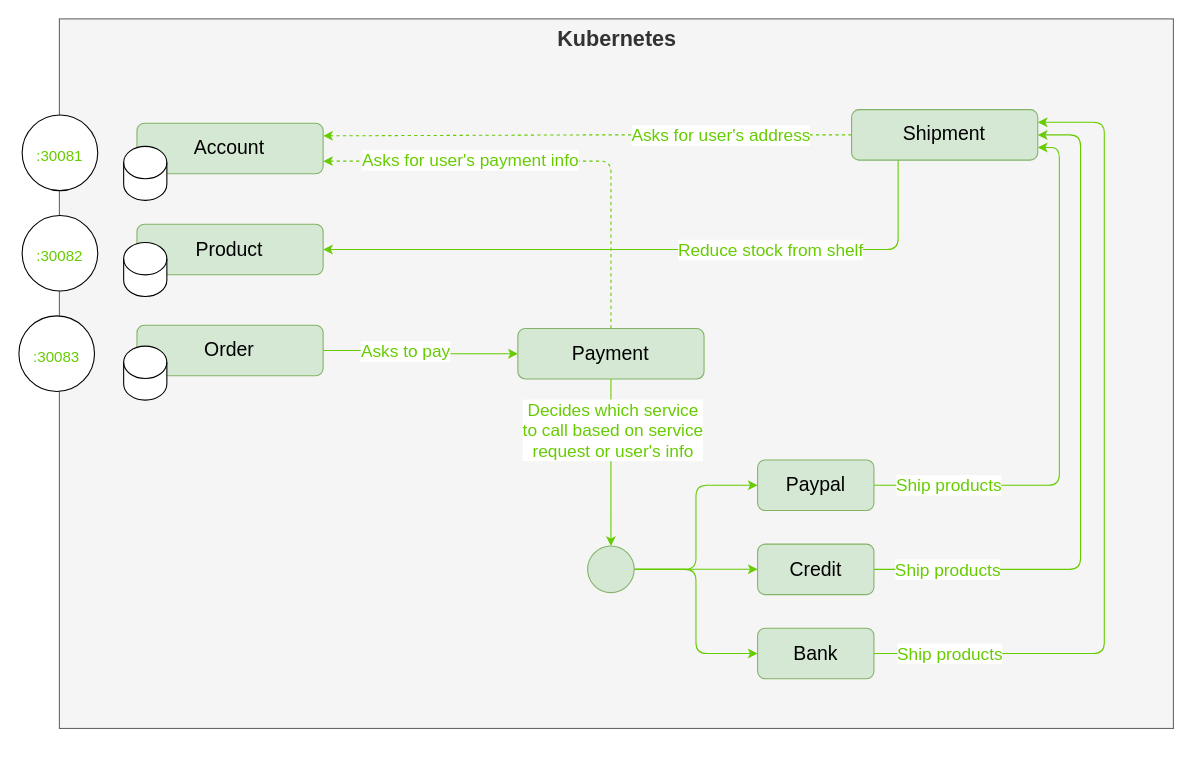
This is assignment.drawio from sainturb/miu-sa_rental-apartment, a draw.io file, before an edit. Source tidied: cells renumbered, new cells numbered last; positions are measured from the earlier drawing's top-left corner, leaving out a move shared by most shapes. Both pictures are drawn from the tidied source at 108%, with x=0, y=0 at pixel (18, 18).
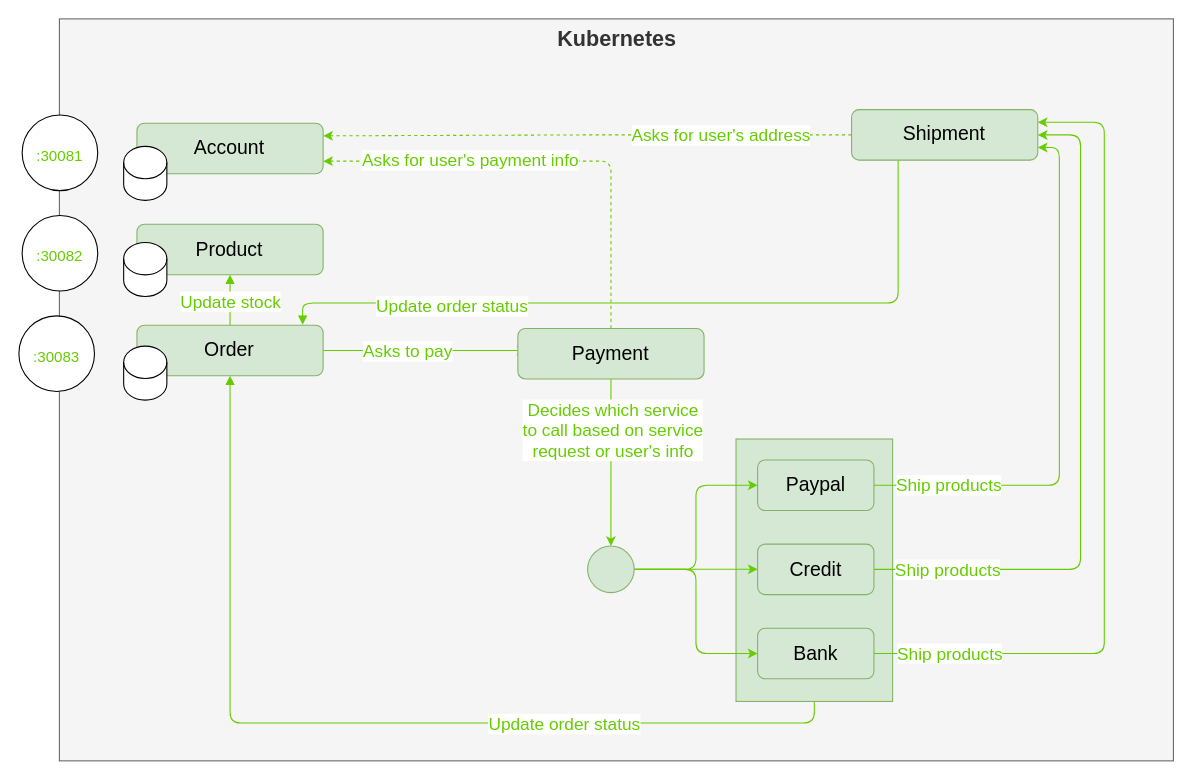
Above is the later version.

Unchanged cells that the change refers to:
```xml
<mxCell id="7" value="Shipment" style="rounded=1;whiteSpace=wrap;html=1;fillColor=#d5e8d4;strokeColor=#82b366;fontSize=18;" parent="1" vertex="1">
  <mxGeometry x="771" y="84" width="172.4" height="46.8" as="geometry" />
</mxCell>
<mxCell id="15" value="Product" style="rounded=1;whiteSpace=wrap;html=1;fillColor=#d5e8d4;strokeColor=#82b366;fontSize=18;" parent="1" vertex="1">
  <mxGeometry x="109.3" y="190.1" width="172.4" height="46.8" as="geometry" />
</mxCell>
<mxCell id="18" value="Order" style="rounded=1;whiteSpace=wrap;html=1;fillColor=#d5e8d4;strokeColor=#82b366;fontSize=18;" parent="1" vertex="1">
  <mxGeometry x="109.3" y="283.6" width="172.4" height="46.8" as="geometry" />
</mxCell>
<mxCell id="21" value="Payment" style="rounded=1;whiteSpace=wrap;html=1;fillColor=#d5e8d4;strokeColor=#82b366;fontSize=18;" parent="1" vertex="1">
  <mxGeometry x="462" y="286.6" width="172.4" height="46.8" as="geometry" />
</mxCell>
```

Diff of the diagram source:
```diff
@@
     <mxCell id="2" value="Kubernetes" style="rounded=0;whiteSpace=wrap;html=1;fillColor=#f5f5f5;fontColor=#333333;strokeColor=#666666;verticalAlign=top;fontSize=20;fontStyle=1;" parent="1" vertex="1">
-      <mxGeometry x="37.5" width="1031.5" height="657" as="geometry" />
+      <mxGeometry x="37.5" width="1031.5" height="687" as="geometry" />
     </mxCell>
@@
-    <mxCell id="5" style="edgeStyle=orthogonalEdgeStyle;rounded=1;jettySize=auto;html=1;exitX=0.25;exitY=1;exitDx=0;exitDy=0;entryX=1;entryY=0.5;entryDx=0;entryDy=0;strokeColor=#66CC00;" parent="1" edge="1" source="7" target="15">
-      <mxGeometry relative="1" as="geometry" />
-    </mxCell>
-    <mxCell id="6" value="Reduce stock from shelf" style="edgeLabel;html=1;align=center;verticalAlign=middle;fontColor=#66CC00;fontSize=16;" parent="5" vertex="1">
-      <mxGeometry x="-0.28" y="1" relative="1" as="geometry">
-        <mxPoint x="20" y="-1" as="offset" />
-      </mxGeometry>
-    </mxCell>
+    <mxCell id="37" style="edgeStyle=orthogonalEdgeStyle;rounded=1;jettySize=auto;html=1;exitX=0.5;exitY=1;exitDx=0;exitDy=0;strokeColor=#66CC00;fontSize=16;fontColor=#66CC00;startArrow=none;startFill=0;endArrow=block;endFill=1;" parent="1" edge="1" source="39" target="18">
+      <mxGeometry relative="1" as="geometry" />
+    </mxCell>
+    <mxCell id="38" value="Update order status" style="edgeLabel;html=1;align=center;verticalAlign=middle;fontSize=16;fontColor=#66CC00;" parent="37" vertex="1">
+      <mxGeometry x="-0.43" relative="1" as="geometry" />
+    </mxCell>
+    <mxCell id="39" style="rounded=0;whiteSpace=wrap;html=1;fontSize=16;fillColor=#d5e8d4;strokeColor=#82b366;" parent="1" vertex="1">
+      <mxGeometry x="664" y="389" width="145" height="243" as="geometry" />
+    </mxCell>
+    <mxCell id="40" style="edgeStyle=orthogonalEdgeStyle;rounded=1;jettySize=auto;html=1;exitX=0.25;exitY=1;exitDx=0;exitDy=0;strokeColor=#66CC00;fontSize=16;fontColor=#66CC00;startArrow=none;startFill=0;endArrow=block;endFill=1;entryX=0.89;entryY=-0.009;entryDx=0;entryDy=0;entryPerimeter=0;" parent="1" edge="1" source="7" target="18">
+      <mxGeometry relative="1" as="geometry">
+        <Array as="points">
+          <mxPoint x="814" y="263" />
+          <mxPoint x="263" y="263" />
+          <mxPoint x="263" y="283" />
+        </Array>
+      </mxGeometry>
+    </mxCell>
+    <mxCell id="41" value="Update order status" style="edgeLabel;html=1;align=center;verticalAlign=middle;fontSize=16;fontColor=#66CC00;" parent="40" vertex="1">
+      <mxGeometry x="0.68" y="-3" relative="1" as="geometry">
+        <mxPoint x="45" y="5" as="offset" />
+      </mxGeometry>
+    </mxCell>
@@
-    <mxCell id="16" style="edgeStyle=orthogonalEdgeStyle;rounded=1;jettySize=auto;html=1;exitX=1;exitY=0.5;exitDx=0;exitDy=0;entryX=0;entryY=0.5;entryDx=0;entryDy=0;strokeColor=#66CC00;" parent="1" edge="1" source="18" target="21">
-      <mxGeometry relative="1" as="geometry" />
+    <mxCell id="16" style="edgeStyle=orthogonalEdgeStyle;rounded=1;jettySize=auto;html=1;exitX=1;exitY=0.5;exitDx=0;exitDy=0;strokeColor=#66CC00;" parent="1" edge="1" source="18">
+      <mxGeometry relative="1" as="geometry">
+        <mxPoint x="470" y="307" as="targetPoint" />
+      </mxGeometry>
     </mxCell>
@@
+    <mxCell id="42" style="edgeStyle=orthogonalEdgeStyle;rounded=1;jettySize=auto;html=1;exitX=0.5;exitY=0;exitDx=0;exitDy=0;entryX=0.5;entryY=1;entryDx=0;entryDy=0;strokeColor=#66CC00;fontSize=16;fontColor=#66CC00;startArrow=none;startFill=0;endArrow=block;endFill=1;" parent="1" edge="1" source="18" target="15">
+      <mxGeometry relative="1" as="geometry" />
+    </mxCell>
+    <mxCell id="43" value="Update stock" style="edgeLabel;html=1;align=center;verticalAlign=middle;fontSize=16;fontColor=#66CC00;" parent="42" vertex="1">
+      <mxGeometry x="-0.12" relative="1" as="geometry">
+        <mxPoint y="-1" as="offset" />
+      </mxGeometry>
+    </mxCell>
```
